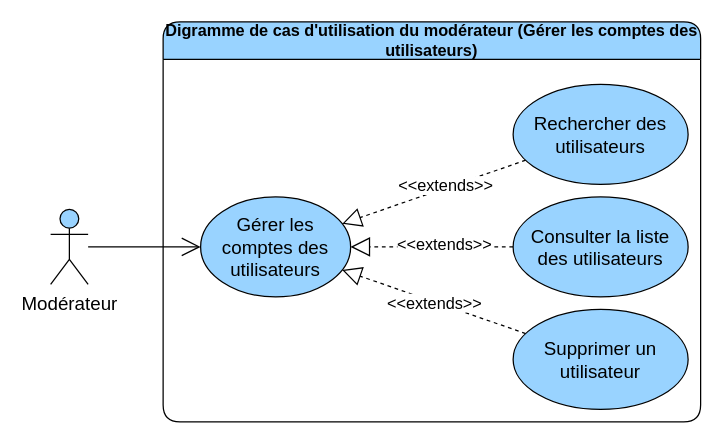
Before: page "gerer les comptes des utilisateurs" (2 of 3) of diagrams/use-case/moderateur.drawio in devlotfi/peage-pay, a draw.io diagram. Source tidied: cells renumbered, new cells numbered last; positions are measured from the earlier drawing's top-left corner, leaving out a move shared by most shapes. Both pictures are drawn from the tidied source at 125%, with x=0, y=0 at pixel (50, 21).
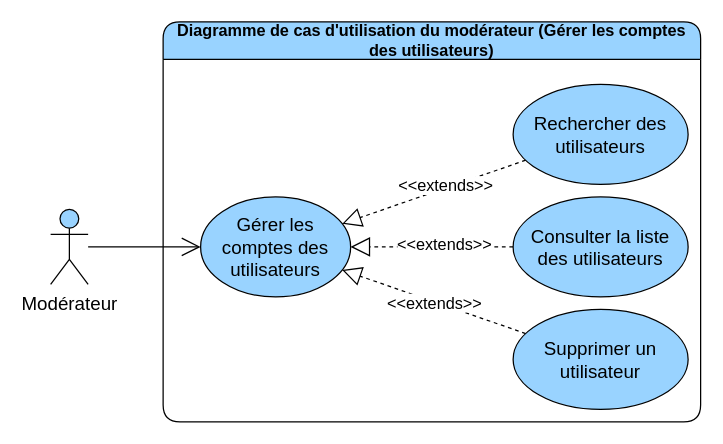
After the change.

Change to the diagram source:
```diff
@@
 <mxGraphModel>
   <root>
     <mxCell id="0" />
     <mxCell id="1" parent="0" />
-    <mxCell id="2" value="Digramme de cas d'utilisation du modérateur (Gérer les comptes des utilisateurs)" style="swimlane;whiteSpace=wrap;html=1;rounded=1;fillColor=#99D3FF;fontSize=13;startSize=30;" parent="1" vertex="1">
+    <mxCell id="2" value="Diagramme de cas d'utilisation du modérateur (Gérer les comptes des utilisateurs)" style="swimlane;whiteSpace=wrap;html=1;rounded=1;fillColor=#99D3FF;fontSize=13;startSize=30;" parent="1" vertex="1">
       <mxGeometry x="90" width="430" height="320" as="geometry" />
     </mxCell>
     <mxCell id="3" style="edgeStyle=none;rounded=0;jettySize=auto;html=1;dashed=1;strokeColor=default;align=center;verticalAlign=middle;fontFamily=Helvetica;fontSize=15;fontColor=default;labelBackgroundColor=default;startSize=6;endArrow=block;endFill=0;endSize=13;" parent="2" edge="1" source="11" target="12">
       <mxGeometry relative="1" as="geometry" />
     </mxCell>
     <mxCell id="4" value="&amp;lt;&amp;lt;extends&amp;gt;&amp;gt;" style="edgeLabel;html=1;align=center;verticalAlign=middle;strokeColor=default;fontFamily=Helvetica;fontSize=13;fontColor=default;labelBackgroundColor=default;fillColor=#99D3FF;" parent="3" vertex="1">
       <mxGeometry x="0.01" y="1" relative="1" as="geometry" />
     </mxCell>
     <mxCell id="5" style="edgeStyle=none;rounded=0;jettySize=auto;html=1;dashed=1;strokeColor=default;align=center;verticalAlign=middle;fontFamily=Helvetica;fontSize=15;fontColor=default;labelBackgroundColor=default;startSize=6;endArrow=block;endFill=0;endSize=13;" parent="2" edge="1" source="9" target="12">
       <mxGeometry relative="1" as="geometry" />
     </mxCell>
     <mxCell id="6" value="&amp;lt;&amp;lt;extends&amp;gt;&amp;gt;" style="edgeLabel;html=1;align=center;verticalAlign=middle;strokeColor=default;fontFamily=Helvetica;fontSize=13;fontColor=default;labelBackgroundColor=default;fillColor=#99D3FF;" parent="5" vertex="1">
       <mxGeometry x="-0.12" y="-3" relative="1" as="geometry">
         <mxPoint x="1" as="offset" />
       </mxGeometry>
     </mxCell>
     <mxCell id="7" style="edgeStyle=none;rounded=0;jettySize=auto;html=1;dashed=1;strokeColor=default;align=center;verticalAlign=middle;fontFamily=Helvetica;fontSize=15;fontColor=default;labelBackgroundColor=default;startSize=6;endArrow=block;endFill=0;endSize=13;" parent="2" edge="1" source="10" target="12">
       <mxGeometry relative="1" as="geometry" />
     </mxCell>
     <mxCell id="8" value="&amp;lt;&amp;lt;extends&amp;gt;&amp;gt;" style="edgeLabel;html=1;align=center;verticalAlign=middle;strokeColor=default;fontFamily=Helvetica;fontSize=13;fontColor=default;labelBackgroundColor=default;fillColor=#99D3FF;" parent="7" vertex="1">
       <mxGeometry x="-0.12" y="-3" relative="1" as="geometry">
         <mxPoint x="1" as="offset" />
       </mxGeometry>
     </mxCell>
     <mxCell id="9" value="Consulter la liste des utilisateurs" style="ellipse;whiteSpace=wrap;html=1;strokeColor=default;align=center;verticalAlign=middle;fontFamily=Helvetica;fontSize=15;fontColor=default;fillColor=#99D3FF;" parent="2" vertex="1">
       <mxGeometry x="280" y="140" width="140" height="80" as="geometry" />
     </mxCell>
     <mxCell id="10" value="Rechercher des utilisateurs" style="ellipse;whiteSpace=wrap;html=1;strokeColor=default;align=center;verticalAlign=middle;fontFamily=Helvetica;fontSize=15;fontColor=default;fillColor=#99D3FF;" parent="2" vertex="1">
       <mxGeometry x="280" y="50" width="140" height="80" as="geometry" />
     </mxCell>
     <mxCell id="11" value="Supprimer un utilisateur" style="ellipse;whiteSpace=wrap;html=1;strokeColor=default;align=center;verticalAlign=middle;fontFamily=Helvetica;fontSize=15;fontColor=default;fillColor=#99D3FF;" parent="2" vertex="1">
       <mxGeometry x="280" y="230" width="140" height="80" as="geometry" />
     </mxCell>
     <mxCell id="12" value="Gérer les comptes des utilisateurs" style="ellipse;whiteSpace=wrap;html=1;strokeColor=default;align=center;verticalAlign=middle;fontFamily=Helvetica;fontSize=15;fontColor=default;fillColor=#99D3FF;" parent="2" vertex="1">
       <mxGeometry x="30" y="140" width="120" height="80" as="geometry" />
     </mxCell>
     <mxCell id="13" value="Modérateur" style="shape=umlActor;verticalLabelPosition=bottom;verticalAlign=top;html=1;outlineConnect=0;strokeColor=default;align=center;fontFamily=Helvetica;fontSize=15;fontColor=default;fillColor=#99D3FF;" parent="2" vertex="1">
       <mxGeometry x="-90" y="150" width="30" height="60" as="geometry" />
     </mxCell>
     <mxCell id="14" style="rounded=0;jettySize=auto;html=1;fontFamily=Helvetica;fontSize=15;fontColor=default;endArrow=open;endFill=0;startSize=6;endSize=13;" parent="2" edge="1" source="13" target="12">
       <mxGeometry relative="1" as="geometry" />
     </mxCell>
   </root>
 </mxGraphModel>
```
